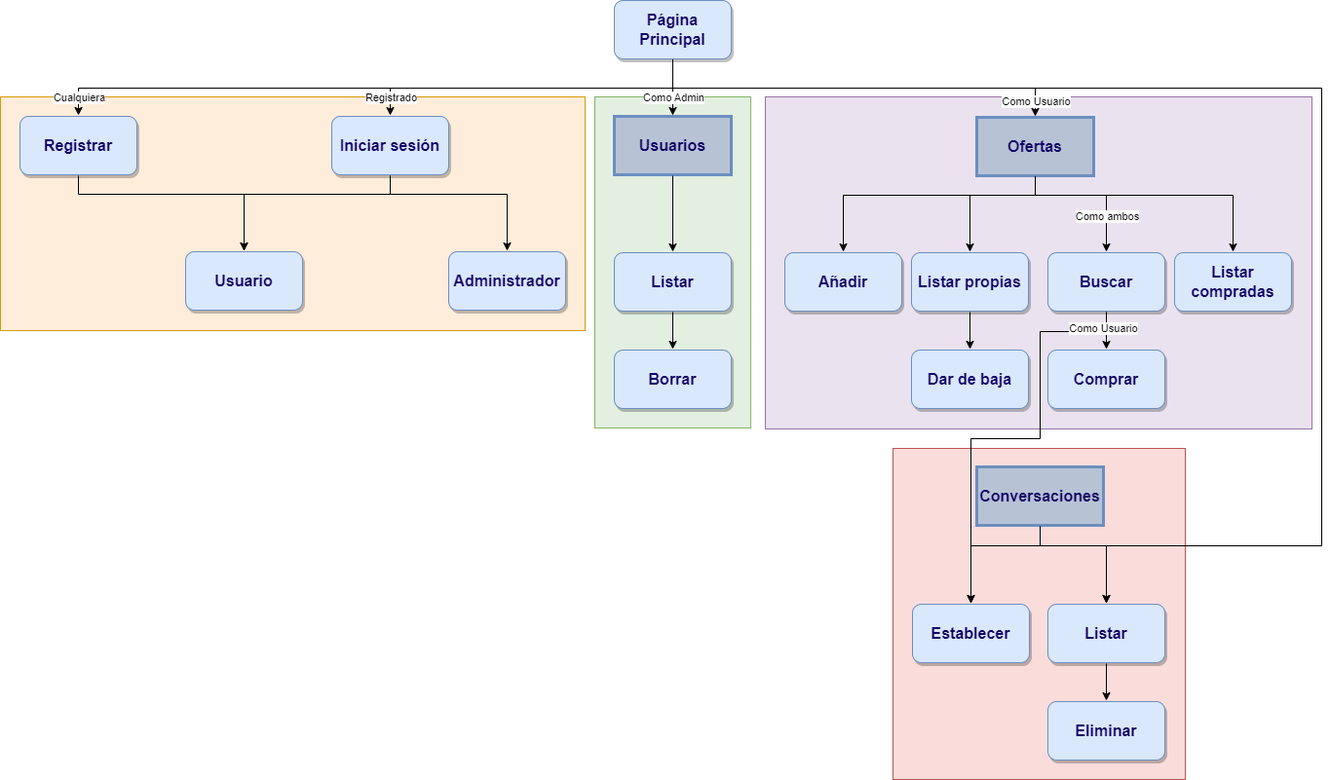
Earlier version of the draw.io export docs/NavigationMap.png (Omitg24/SDI2223-entrega1-32). Source tidied: cells renumbered, new cells last; positions are measured from the earlier drawing's top-left corner, leaving out a move shared by most shapes.
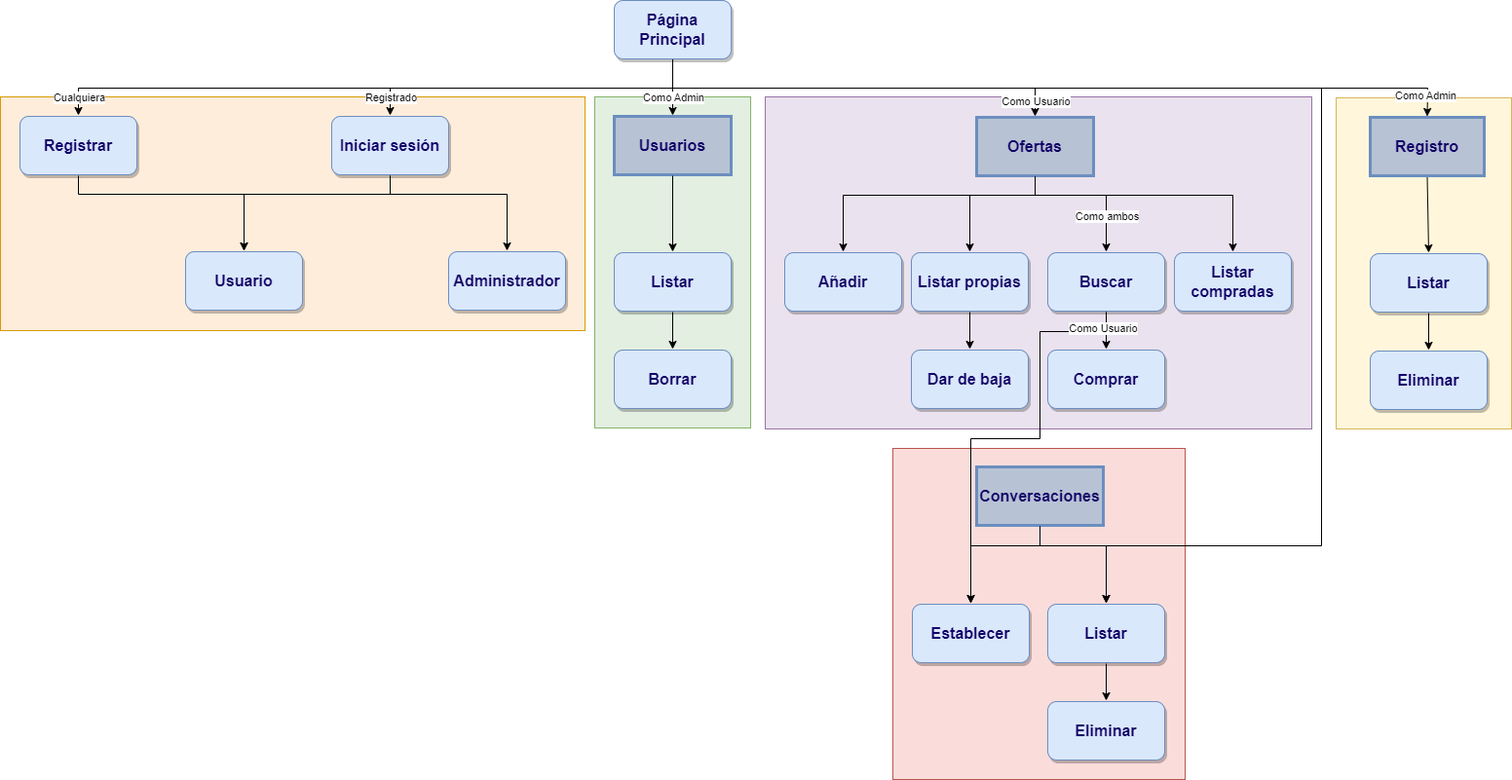
The same file after the commit.

What changed in the source:
```diff
@@ -2,6 +2,9 @@
   <root>
     <mxCell id="0" />
     <mxCell id="1" parent="0" />
+    <mxCell id="51" style="rounded=0;whiteSpace=wrap;html=1;shadow=0;glass=0;sketch=0;strokeWidth=1;fillColor=#fff2cc;strokeColor=#d6b656;fillOpacity=70;" parent="1" vertex="1">
+      <mxGeometry x="1371" y="100" width="180" height="340" as="geometry" />
+    </mxCell>
     <mxCell id="2" style="rounded=0;whiteSpace=wrap;html=1;shadow=0;glass=0;sketch=0;strokeWidth=1;fillColor=#e1d5e7;strokeColor=#9673a6;fillOpacity=70;" parent="1" vertex="1">
       <mxGeometry x="785" y="99" width="561" height="341" as="geometry" />
     </mxCell>
@@ -237,5 +240,31 @@
         <mxPoint x="50" y="166" as="offset" />
       </mxGeometry>
     </mxCell>
+    <mxCell id="52" value="Listar" style="rounded=1;whiteSpace=wrap;html=1;fillColor=#dae8fc;strokeColor=#6c8ebf;strokeWidth=1;perimeterSpacing=1;sketch=0;glass=0;shadow=1;fontStyle=1;fontSize=16;fontFamily=Helvetica;spacingTop=0;labelBorderColor=none;labelBackgroundColor=none;fontColor=#110066;" parent="1" vertex="1">
+      <mxGeometry x="1406" y="260" width="120" height="60" as="geometry" />
+    </mxCell>
+    <mxCell id="53" value="Eliminar" style="rounded=1;whiteSpace=wrap;html=1;fillColor=#dae8fc;strokeColor=#6c8ebf;strokeWidth=1;perimeterSpacing=1;sketch=0;glass=0;shadow=1;fontStyle=1;fontSize=16;fontFamily=Helvetica;spacingTop=0;labelBorderColor=none;labelBackgroundColor=none;fontColor=#110066;" parent="1" vertex="1">
+      <mxGeometry x="1406" y="360" width="120" height="60" as="geometry" />
+    </mxCell>
+    <mxCell id="54" style="endArrow=classic;html=1;rounded=0;entryX=0.5;entryY=0;entryDx=0;entryDy=0;exitX=0.5;exitY=1;exitDx=0;exitDy=0;" parent="1" edge="1" source="52" target="53">
+      <mxGeometry relative="1" as="geometry" />
+    </mxCell>
+    <mxCell id="55" style="endArrow=classic;html=1;rounded=0;entryX=0.5;entryY=0;entryDx=0;entryDy=0;exitX=0.5;exitY=1;exitDx=0;exitDy=0;" parent="1" edge="1" source="58" target="52">
+      <mxGeometry relative="1" as="geometry" />
+    </mxCell>
+    <mxCell id="56" style="endArrow=classic;html=1;rounded=0;entryX=0.5;entryY=0;entryDx=0;entryDy=0;exitX=0.5;exitY=1;exitDx=0;exitDy=0;" parent="1" edge="1" source="5" target="58">
+      <mxGeometry relative="1" as="geometry">
+        <Array as="points">
+          <mxPoint x="690" y="90" />
+          <mxPoint x="1465" y="90" />
+        </Array>
+      </mxGeometry>
+    </mxCell>
+    <mxCell id="57" value="Como Admin" style="edgeLabel;html=1;align=center;verticalAlign=middle;" parent="56" vertex="1">
+      <mxGeometry x="0.95" y="-2" relative="1" as="geometry" />
+    </mxCell>
+    <mxCell id="58" value="Registro" style="rounded=0;whiteSpace=wrap;html=1;fillColor=#B7C3D4;strokeColor=#6c8ebf;strokeWidth=3;perimeterSpacing=1;sketch=0;glass=0;shadow=0;fontStyle=1;fontSize=16;fontFamily=Helvetica;spacingTop=0;labelBorderColor=none;labelBackgroundColor=none;fontColor=#110066;" parent="1" vertex="1">
+      <mxGeometry x="1406" y="120" width="117" height="60" as="geometry" />
+    </mxCell>
   </root>
 </mxGraphModel>
```
